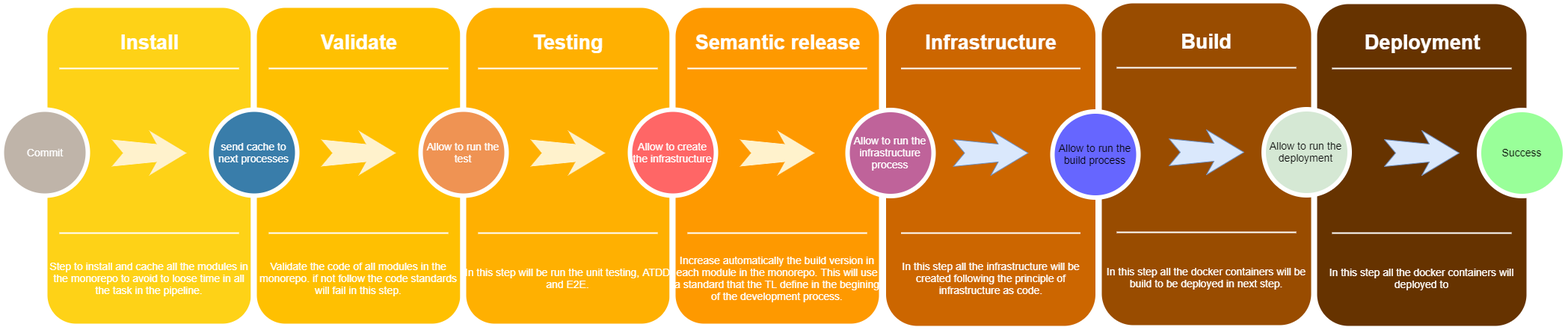
The draw.io diagram Pipelines.png in albertoig/test-microservices, before a commit. Source tidied: cells renumbered, new cells last; positions are measured from the earlier drawing's top-left corner, leaving out a move shared by most shapes.
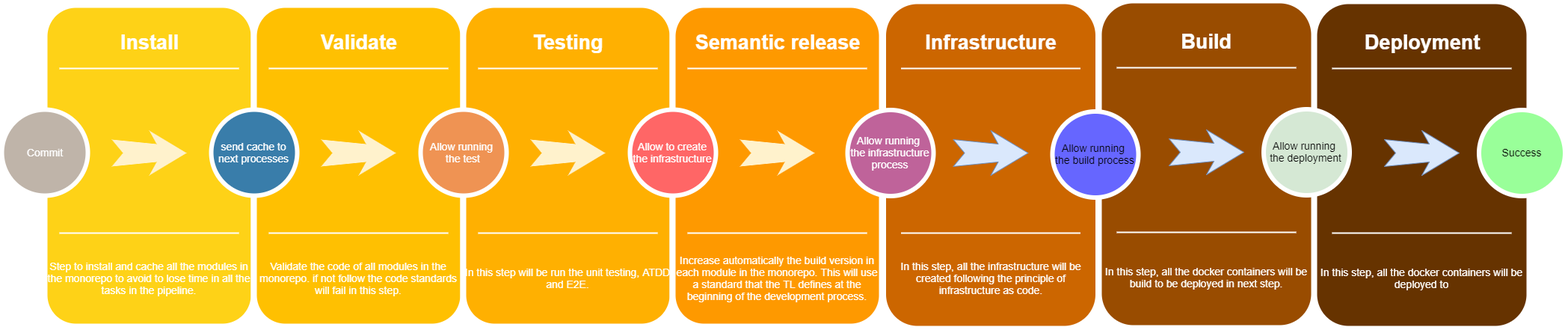
The same diagram one commit later.

Commit message:
Update pipelines draw

Update pipelines draw

Change to the diagram source:
```diff
@@ -20,13 +20,13 @@
     <mxCell id="7" style="line;strokeWidth=2;html=1;rounded=0;shadow=0;fontSize=27;align=center;fillColor=none;strokeColor=#FFFFFF;" parent="1" vertex="1">
       <mxGeometry x="1779" y="302" width="240" height="10" as="geometry" />
     </mxCell>
-    <mxCell id="8" value="In this step all the docker containers will deployed to" style="text;html=1;strokeColor=none;fillColor=none;align=center;verticalAlign=middle;whiteSpace=wrap;rounded=0;shadow=0;fontSize=14;fontColor=#FFFFFF;" parent="1" vertex="1">
+    <mxCell id="8" value="In this step, all the docker containers will be deployed to" style="text;html=1;strokeColor=none;fillColor=none;align=center;verticalAlign=middle;whiteSpace=wrap;rounded=0;shadow=0;fontSize=14;fontColor=#FFFFFF;" parent="1" vertex="1">
       <mxGeometry x="1759" y="322" width="280" height="90" as="geometry" />
     </mxCell>
     <mxCell id="9" style="whiteSpace=wrap;html=1;rounded=1;shadow=0;strokeWidth=8;fontSize=20;align=center;fillColor=#994C00;strokeColor=none;" parent="1" vertex="1">
       <mxGeometry x="1471" width="280" height="430" as="geometry" />
     </mxCell>
-    <mxCell id="10" value="Allow to run the deployment" style="ellipse;whiteSpace=wrap;html=1;rounded=0;shadow=0;strokeWidth=6;fontSize=14;align=center;fillColor=#d5e8d4;strokeColor=#FFFFFF;" parent="1" vertex="1">
+    <mxCell id="10" value="Allow&amp;nbsp;running&amp;nbsp; the deployment" style="ellipse;whiteSpace=wrap;html=1;rounded=0;shadow=0;strokeWidth=6;fontSize=14;align=center;fillColor=#d5e8d4;strokeColor=#FFFFFF;" parent="1" vertex="1">
       <mxGeometry x="1687.5" y="141.5" width="115" height="115" as="geometry" />
     </mxCell>
     <mxCell id="11" style="html=1;shadow=0;dashed=0;align=center;verticalAlign=middle;shape=mxgraph.arrows2.stylisedArrow;dy=0.6;dx=40;notch=15;feather=0.4;rounded=0;strokeWidth=1;fontSize=27;strokeColor=#6c8ebf;fillColor=#dae8fc;" parent="1" vertex="1">
@@ -41,13 +41,13 @@
     <mxCell id="14" style="line;strokeWidth=2;html=1;rounded=0;shadow=0;fontSize=27;align=center;fillColor=none;strokeColor=#FFFFFF;" parent="1" vertex="1">
       <mxGeometry x="1491" y="301" width="240" height="10" as="geometry" />
     </mxCell>
-    <mxCell id="15" value="In this step all the docker containers will be build to be deployed in next step." style="text;html=1;strokeColor=none;fillColor=none;align=center;verticalAlign=middle;whiteSpace=wrap;rounded=0;shadow=0;fontSize=14;fontColor=#FFFFFF;" parent="1" vertex="1">
+    <mxCell id="15" value="In this step, all the docker containers will be build to be deployed in next step." style="text;html=1;strokeColor=none;fillColor=none;align=center;verticalAlign=middle;whiteSpace=wrap;rounded=0;shadow=0;fontSize=14;fontColor=#FFFFFF;" parent="1" vertex="1">
       <mxGeometry x="1471" y="321" width="280" height="90" as="geometry" />
     </mxCell>
     <mxCell id="16" style="whiteSpace=wrap;html=1;rounded=1;shadow=0;strokeWidth=8;fontSize=20;align=center;fillColor=#CC6600;strokeColor=none;" parent="1" vertex="1">
       <mxGeometry x="1182.5" y="1" width="280" height="430" as="geometry" />
     </mxCell>
-    <mxCell id="17" value="Allow to run the build process" style="ellipse;whiteSpace=wrap;html=1;rounded=0;shadow=0;strokeWidth=6;fontSize=14;align=center;fillColor=#6666FF;strokeColor=#FFFFFF;" parent="1" vertex="1">
+    <mxCell id="17" value="Allow&amp;nbsp;running&amp;nbsp; the build process" style="ellipse;whiteSpace=wrap;html=1;rounded=0;shadow=0;strokeWidth=6;fontSize=14;align=center;fillColor=#6666FF;strokeColor=#FFFFFF;" parent="1" vertex="1">
       <mxGeometry x="1405" y="144.5" width="115" height="115" as="geometry" />
     </mxCell>
     <mxCell id="18" style="html=1;shadow=0;dashed=0;align=center;verticalAlign=middle;shape=mxgraph.arrows2.stylisedArrow;dy=0.6;dx=40;notch=15;feather=0.4;rounded=0;strokeWidth=1;fontSize=27;strokeColor=#6c8ebf;fillColor=#dae8fc;" parent="1" vertex="1">
@@ -62,7 +62,7 @@
     <mxCell id="21" style="line;strokeWidth=2;html=1;rounded=0;shadow=0;fontSize=27;align=center;fillColor=none;strokeColor=#FFFFFF;" parent="1" vertex="1">
       <mxGeometry x="1202.5" y="302" width="240" height="10" as="geometry" />
     </mxCell>
-    <mxCell id="22" value="In this step all the infrastructure will be created following the principle of infrastructure as code." style="text;html=1;strokeColor=none;fillColor=none;align=center;verticalAlign=middle;whiteSpace=wrap;rounded=0;shadow=0;fontSize=14;fontColor=#FFFFFF;" parent="1" vertex="1">
+    <mxCell id="22" value="In this step, all the infrastructure will be created following the principle of infrastructure as code." style="text;html=1;strokeColor=none;fillColor=none;align=center;verticalAlign=middle;whiteSpace=wrap;rounded=0;shadow=0;fontSize=14;fontColor=#FFFFFF;" parent="1" vertex="1">
       <mxGeometry x="1182.5" y="322" width="280" height="90" as="geometry" />
     </mxCell>
     <mxCell id="23" style="whiteSpace=wrap;html=1;rounded=1;shadow=0;strokeWidth=8;fontSize=20;align=center;fillColor=#FED217;strokeColor=#FFFFFF;" parent="1" vertex="1">
@@ -71,7 +71,7 @@
     <mxCell id="24" value="Install" style="text;html=1;strokeColor=none;fillColor=none;align=center;verticalAlign=middle;whiteSpace=wrap;rounded=0;shadow=0;fontSize=27;fontColor=#FFFFFF;fontStyle=1;" parent="1" vertex="1">
       <mxGeometry x="57" y="22" width="280" height="60" as="geometry" />
     </mxCell>
-    <mxCell id="25" value="Step to install and cache all the modules in the monorepo to avoid to loose time in all the task in the pipeline." style="text;html=1;strokeColor=none;fillColor=none;align=center;verticalAlign=middle;whiteSpace=wrap;rounded=0;shadow=0;fontSize=14;fontColor=#FFFFFF;" parent="1" vertex="1">
+    <mxCell id="25" value="Step to install and cache all the modules in the monorepo to avoid to lose time in all the tasks in the pipeline." style="text;html=1;strokeColor=none;fillColor=none;align=center;verticalAlign=middle;whiteSpace=wrap;rounded=0;shadow=0;fontSize=14;fontColor=#FFFFFF;" parent="1" vertex="1">
       <mxGeometry x="57" y="322" width="280" height="90" as="geometry" />
     </mxCell>
     <mxCell id="26" style="line;strokeWidth=2;html=1;rounded=0;shadow=0;fontSize=27;align=center;fillColor=none;strokeColor=#FFFFFF;" parent="1" vertex="1">
@@ -122,7 +122,7 @@
     <mxCell id="41" style="line;strokeWidth=2;html=1;rounded=0;shadow=0;fontSize=27;align=center;fillColor=none;strokeColor=#FFFFFF;" parent="1" vertex="1">
       <mxGeometry x="637" y="302" width="240" height="10" as="geometry" />
     </mxCell>
-    <mxCell id="42" value="Allow to run the test" style="ellipse;whiteSpace=wrap;html=1;rounded=0;shadow=0;strokeWidth=6;fontSize=14;align=center;fillColor=#EF9353;strokeColor=#FFFFFF;fontColor=#FFFFFF;" parent="1" vertex="1">
+    <mxCell id="42" value="Allow&amp;nbsp;running&amp;nbsp; the test" style="ellipse;whiteSpace=wrap;html=1;rounded=0;shadow=0;strokeWidth=6;fontSize=14;align=center;fillColor=#EF9353;strokeColor=#FFFFFF;fontColor=#FFFFFF;" parent="1" vertex="1">
       <mxGeometry x="560" y="142" width="115" height="115" as="geometry" />
     </mxCell>
     <mxCell id="43" style="html=1;shadow=0;dashed=0;align=center;verticalAlign=middle;shape=mxgraph.arrows2.stylisedArrow;dy=0.6;dx=40;notch=15;feather=0.4;rounded=0;strokeWidth=1;fontSize=27;strokeColor=none;fillColor=#fff2cc;" parent="1" vertex="1">
@@ -134,7 +134,7 @@
     <mxCell id="45" value="Semantic release" style="text;html=1;strokeColor=none;fillColor=none;align=center;verticalAlign=middle;whiteSpace=wrap;rounded=0;shadow=0;fontSize=27;fontColor=#FFFFFF;fontStyle=1;" parent="1" vertex="1">
       <mxGeometry x="897" y="22" width="280" height="60" as="geometry" />
     </mxCell>
-    <mxCell id="46" value="Increase automatically the build version in each module in the monorepo. This will use a standard that the TL define in the begining of the development process." style="text;html=1;strokeColor=none;fillColor=none;align=center;verticalAlign=middle;whiteSpace=wrap;rounded=0;shadow=0;fontSize=14;fontColor=#FFFFFF;" parent="1" vertex="1">
+    <mxCell id="46" value="Increase automatically the build version in each module in the monorepo. This will use a standard that the TL defines at the beginning of the development process." style="text;html=1;strokeColor=none;fillColor=none;align=center;verticalAlign=middle;whiteSpace=wrap;rounded=0;shadow=0;fontSize=14;fontColor=#FFFFFF;" parent="1" vertex="1">
       <mxGeometry x="897" y="322" width="280" height="90" as="geometry" />
     </mxCell>
     <mxCell id="47" style="line;strokeWidth=2;html=1;rounded=0;shadow=0;fontSize=27;align=center;fillColor=none;strokeColor=#FFFFFF;" parent="1" vertex="1">
@@ -149,7 +149,7 @@
     <mxCell id="50" style="html=1;shadow=0;dashed=0;align=center;verticalAlign=middle;shape=mxgraph.arrows2.stylisedArrow;dy=0.6;dx=40;notch=15;feather=0.4;rounded=0;strokeWidth=1;fontSize=27;strokeColor=none;fillColor=#fff2cc;" parent="1" vertex="1">
       <mxGeometry x="987" y="170" width="100" height="60" as="geometry" />
     </mxCell>
-    <mxCell id="51" value="Allow to run the infrastructure process" style="ellipse;whiteSpace=wrap;html=1;rounded=0;shadow=0;strokeWidth=6;fontSize=14;align=center;fillColor=#BF639A;strokeColor=#FFFFFF;fontColor=#FFFFFF;" parent="1" vertex="1">
+    <mxCell id="51" value="Allow&amp;nbsp;running&amp;nbsp; the infrastructure process" style="ellipse;whiteSpace=wrap;html=1;rounded=0;shadow=0;strokeWidth=6;fontSize=14;align=center;fillColor=#BF639A;strokeColor=#FFFFFF;fontColor=#FFFFFF;" parent="1" vertex="1">
       <mxGeometry x="1131" y="142.5" width="115" height="115" as="geometry" />
     </mxCell>
   </root>
```
